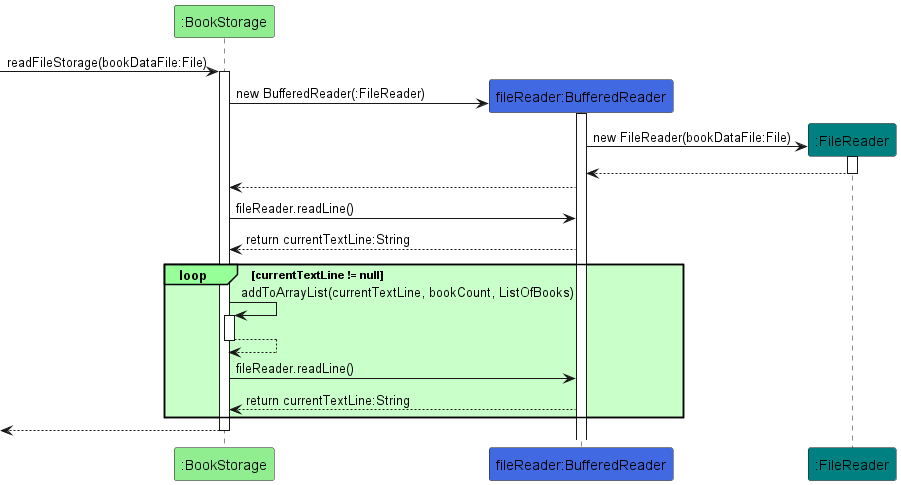
kirangeofran/tp keeps this PlantUML diagram as docs/images/ReadFileStorageDiagram.png. Above is the earlier version.
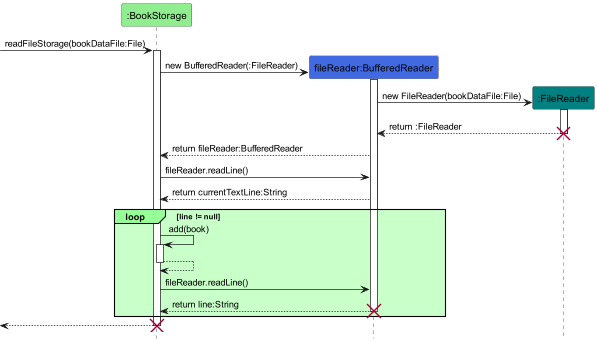
The same file after the commit.

What changed in the source:
```diff
@@ -1,5 +1,6 @@
 @startuml
 !include style.puml
+hide footbox
 
 participant ":BookStorage" as BookStorage STORAGE_COLOR
 participant "fileReader:BufferedReader" as BufferedReader BUFFERED_READER_COLOR
@@ -16,17 +17,19 @@
 BufferedReader -> FileReader : new FileReader(bookDataFile:File)
 activate FileReader
 
-FileReader --> BufferedReader
+FileReader --> BufferedReader : return :FileReader
 deactivate FileReader
+destroy FileReader
 
-BufferedReader --> BookStorage
+BufferedReader --> BookStorage : return fileReader:BufferedReader
 
 BookStorage -> BufferedReader : fileReader.readLine()
 
 BufferedReader --> BookStorage : return currentTextLine:String
 
-loop#physical #technology currentTextLine != null
-BookStorage -> BookStorage : addToArrayList(currentTextLine, bookCount, ListOfBooks)
+loop#physical #technology line != null
+
+BookStorage -> BookStorage : add(book)
 Activate BookStorage
 
 BookStorage --> BookStorage
@@ -34,9 +37,14 @@
 
 BookStorage -> BufferedReader : fileReader.readLine()
 
-BufferedReader --> BookStorage : return currentTextLine:String
+BufferedReader --> BookStorage : return line:String
+deactivate BufferedReader
+destroy BufferedReader
+
 end
 
 [<-- BookStorage
 deactivate BookStorage
+destroy BookStorage
+
 @enduml
```
